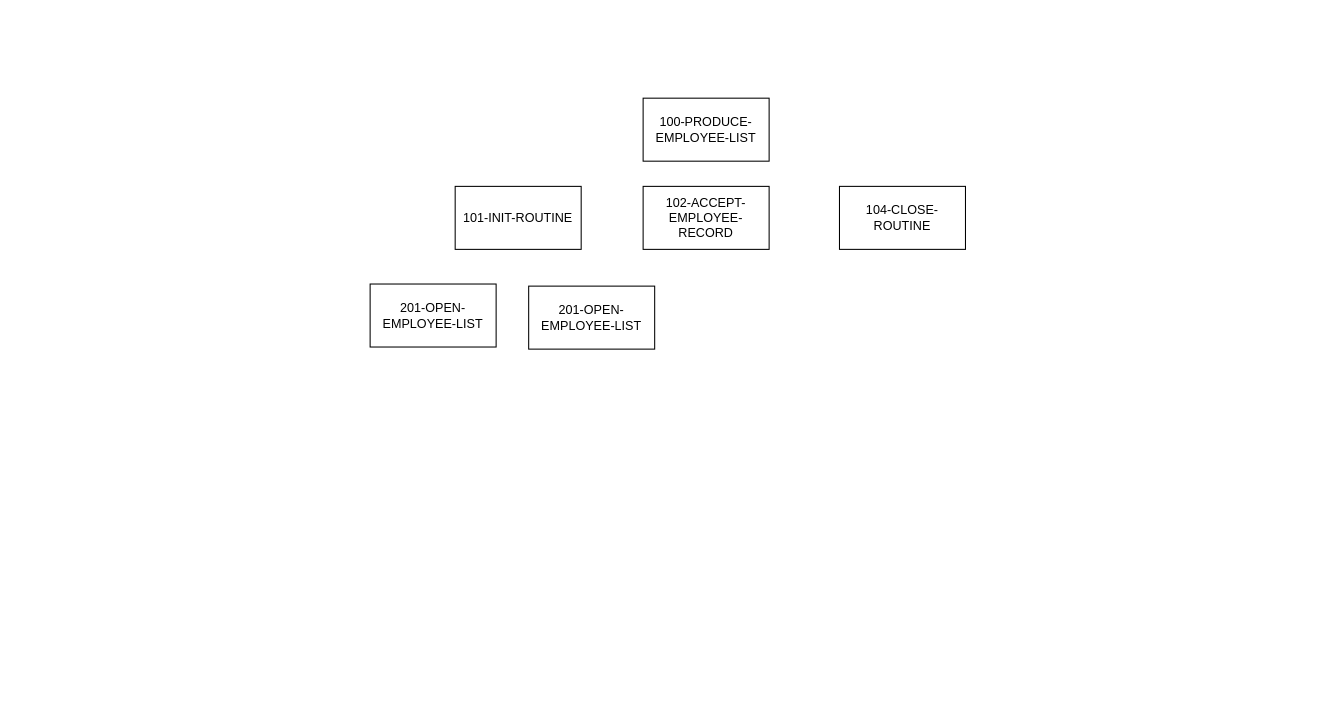
Earlier version of the draw.io diagram Assignment1 - charts.drawio (Wild-Things/Cobol-Flowcharts-a1). Source tidied: cells renumbered, new cells numbered last; positions are measured from the earlier drawing's top-left corner, leaving out a move shared by most shapes. Both pictures are drawn from the tidied source at 105%, with x=0, y=0 at pixel (370, 98).
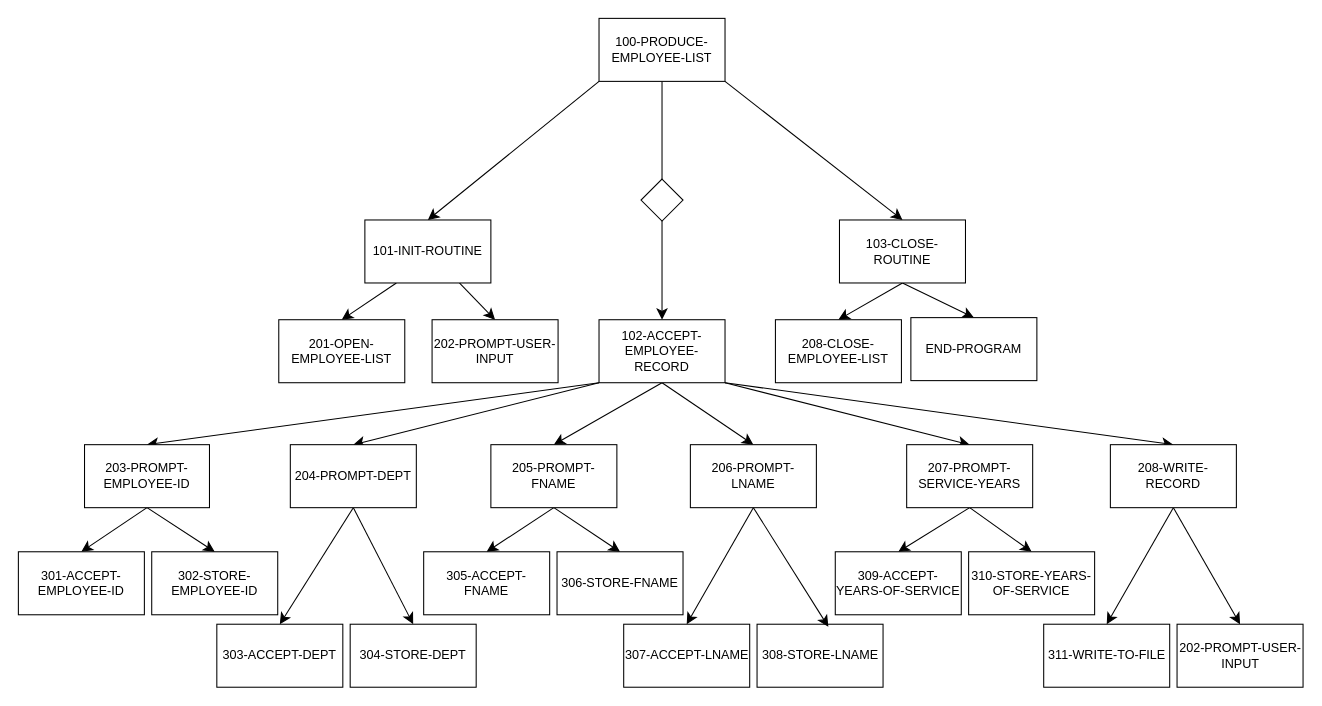
Above is the later version.

What changed in the source:
```diff
@@
+    <mxCell id="8" style="edgeStyle=none;curved=1;rounded=0;jettySize=auto;html=1;exitX=0;exitY=1;exitDx=0;exitDy=0;fontSize=12;startSize=8;endSize=8;entryX=0.5;entryY=0;entryDx=0;entryDy=0;" parent="1" edge="1" source="2" target="3">
+      <mxGeometry relative="1" as="geometry" />
+    </mxCell>
+    <mxCell id="9" style="edgeStyle=none;curved=1;rounded=0;jettySize=auto;html=1;fontSize=12;startSize=8;endSize=8;exitX=0.5;exitY=1;exitDx=0;exitDy=0;entryX=0.5;entryY=0;entryDx=0;entryDy=0;" parent="1" edge="1" source="2" target="4">
+      <mxGeometry relative="1" as="geometry" />
+    </mxCell>
+    <mxCell id="10" style="edgeStyle=none;curved=1;rounded=0;jettySize=auto;html=1;exitX=1;exitY=1;exitDx=0;exitDy=0;entryX=0.5;entryY=0;entryDx=0;entryDy=0;fontSize=12;startSize=8;endSize=8;" parent="1" edge="1" source="2" target="5">
+      <mxGeometry relative="1" as="geometry" />
+    </mxCell>
     <mxCell id="2" value="&lt;div&gt;100-PRODUCE-EMPLOYEE-LIST&lt;/div&gt;" style="rounded=0;whiteSpace=wrap;html=1;" parent="1" vertex="1">
-      <mxGeometry x="260" width="120" height="60" as="geometry" />
+      <mxGeometry x="218" y="-76" width="120" height="60" as="geometry" />
     </mxCell>
+    <mxCell id="11" style="edgeStyle=none;curved=1;rounded=0;jettySize=auto;html=1;exitX=0.25;exitY=1;exitDx=0;exitDy=0;entryX=0.5;entryY=0;entryDx=0;entryDy=0;fontSize=12;startSize=8;endSize=8;" parent="1" edge="1" source="3" target="6">
+      <mxGeometry relative="1" as="geometry" />
+    </mxCell>
+    <mxCell id="12" style="edgeStyle=none;curved=1;rounded=0;jettySize=auto;html=1;exitX=0.75;exitY=1;exitDx=0;exitDy=0;entryX=0.5;entryY=0;entryDx=0;entryDy=0;fontSize=12;startSize=8;endSize=8;" parent="1" edge="1" source="3" target="7">
+      <mxGeometry relative="1" as="geometry" />
+    </mxCell>
     <mxCell id="3" value="&lt;div&gt;101-INIT-ROUTINE&lt;/div&gt;" style="rounded=0;whiteSpace=wrap;html=1;" parent="1" vertex="1">
-      <mxGeometry x="81" y="84" width="120" height="60" as="geometry" />
+      <mxGeometry x="-5" y="116" width="120" height="60" as="geometry" />
     </mxCell>
+    <mxCell id="13" style="edgeStyle=none;curved=1;rounded=0;jettySize=auto;html=1;exitX=0;exitY=1;exitDx=0;exitDy=0;entryX=0.5;entryY=0;entryDx=0;entryDy=0;fontSize=12;startSize=8;endSize=8;" parent="1" edge="1" source="4" target="24">
+      <mxGeometry relative="1" as="geometry" />
+    </mxCell>
+    <mxCell id="14" style="edgeStyle=none;curved=1;rounded=0;jettySize=auto;html=1;exitX=1;exitY=1;exitDx=0;exitDy=0;entryX=0.5;entryY=0;entryDx=0;entryDy=0;fontSize=12;startSize=8;endSize=8;" parent="1" edge="1" source="4" target="37">
+      <mxGeometry relative="1" as="geometry" />
+    </mxCell>
+    <mxCell id="15" style="edgeStyle=none;curved=1;rounded=0;jettySize=auto;html=1;exitX=1;exitY=1;exitDx=0;exitDy=0;entryX=0.5;entryY=0;entryDx=0;entryDy=0;fontSize=12;startSize=8;endSize=8;" parent="1" edge="1" source="4" target="42">
+      <mxGeometry relative="1" as="geometry" />
+    </mxCell>
+    <mxCell id="16" style="edgeStyle=none;curved=1;rounded=0;jettySize=auto;html=1;exitX=0;exitY=1;exitDx=0;exitDy=0;entryX=0.5;entryY=0;entryDx=0;entryDy=0;fontSize=12;startSize=8;endSize=8;" parent="1" edge="1" source="4" target="29">
+      <mxGeometry relative="1" as="geometry" />
+    </mxCell>
+    <mxCell id="17" style="edgeStyle=none;curved=1;rounded=0;jettySize=auto;html=1;exitX=0.5;exitY=1;exitDx=0;exitDy=0;entryX=0.5;entryY=0;entryDx=0;entryDy=0;fontSize=12;startSize=8;endSize=8;" parent="1" edge="1" source="4" target="31">
+      <mxGeometry relative="1" as="geometry" />
+    </mxCell>
+    <mxCell id="18" style="edgeStyle=none;curved=1;rounded=0;jettySize=auto;html=1;exitX=0.5;exitY=1;exitDx=0;exitDy=0;entryX=0.5;entryY=0;entryDx=0;entryDy=0;fontSize=12;startSize=8;endSize=8;" parent="1" edge="1" source="4" target="34">
+      <mxGeometry relative="1" as="geometry" />
+    </mxCell>
     <mxCell id="4" value="&lt;div&gt;102-ACCEPT-EMPLOYEE-RECORD&lt;/div&gt;" style="rounded=0;whiteSpace=wrap;html=1;" parent="1" vertex="1">
-      <mxGeometry x="260" y="84" width="120" height="60" as="geometry" />
+      <mxGeometry x="218" y="211" width="120" height="60" as="geometry" />
     </mxCell>
+    <mxCell id="19" style="edgeStyle=none;curved=1;rounded=0;jettySize=auto;html=1;exitX=0.5;exitY=1;exitDx=0;exitDy=0;entryX=0.5;entryY=0;entryDx=0;entryDy=0;fontSize=12;startSize=8;endSize=8;" parent="1" edge="1" source="5" target="25">
+      <mxGeometry relative="1" as="geometry" />
+    </mxCell>
+    <mxCell id="20" style="edgeStyle=none;curved=1;rounded=0;jettySize=auto;html=1;exitX=0.5;exitY=1;exitDx=0;exitDy=0;entryX=0.5;entryY=0;entryDx=0;entryDy=0;fontSize=12;startSize=8;endSize=8;" parent="1" edge="1" source="5" target="21">
+      <mxGeometry relative="1" as="geometry" />
+    </mxCell>
-    <mxCell id="5" value="&lt;div&gt;104-CLOSE-ROUTINE&lt;/div&gt;" style="rounded=0;whiteSpace=wrap;html=1;" parent="1" vertex="1">
-      <mxGeometry x="447" y="84" width="120" height="60" as="geometry" />
+    <mxCell id="5" value="&lt;div&gt;103-CLOSE-ROUTINE&lt;/div&gt;" style="rounded=0;whiteSpace=wrap;html=1;" parent="1" vertex="1">
+      <mxGeometry x="447" y="116" width="120" height="60" as="geometry" />
     </mxCell>
     <mxCell id="6" value="&lt;div&gt;201-OPEN-EMPLOYEE-LIST&lt;/div&gt;" style="rounded=0;whiteSpace=wrap;html=1;" parent="1" vertex="1">
-      <mxGeometry y="177" width="120" height="60" as="geometry" />
+      <mxGeometry x="-87" y="211" width="120" height="60" as="geometry" />
     </mxCell>
-    <mxCell id="7" value="&lt;div&gt;201-OPEN-EMPLOYEE-LIST&lt;/div&gt;" style="rounded=0;whiteSpace=wrap;html=1;" parent="1" vertex="1">
-      <mxGeometry x="151" y="179" width="120" height="60" as="geometry" />
+    <mxCell id="7" value="&lt;div&gt;202-PROMPT-USER-INPUT&lt;/div&gt;" style="rounded=0;whiteSpace=wrap;html=1;" parent="1" vertex="1">
+      <mxGeometry x="59" y="211" width="120" height="60" as="geometry" />
     </mxCell>
+    <mxCell id="21" value="END-PROGRAM" style="rounded=0;whiteSpace=wrap;html=1;" parent="1" vertex="1">
+      <mxGeometry x="515" y="209" width="120" height="60" as="geometry" />
+    </mxCell>
+    <mxCell id="22" style="edgeStyle=none;curved=1;rounded=0;jettySize=auto;html=1;exitX=0.5;exitY=1;exitDx=0;exitDy=0;entryX=0.5;entryY=0;entryDx=0;entryDy=0;fontSize=12;startSize=8;endSize=8;" parent="1" edge="1" source="24" target="38">
+      <mxGeometry relative="1" as="geometry" />
+    </mxCell>
+    <mxCell id="23" style="edgeStyle=none;curved=1;rounded=0;jettySize=auto;html=1;exitX=0.5;exitY=1;exitDx=0;exitDy=0;entryX=0.5;entryY=0;entryDx=0;entryDy=0;fontSize=12;startSize=8;endSize=8;" parent="1" edge="1" source="24" target="39">
+      <mxGeometry relative="1" as="geometry" />
+    </mxCell>
+    <mxCell id="24" value="&lt;div&gt;203-PROMPT-EMPLOYEE-ID&lt;/div&gt;" style="rounded=0;whiteSpace=wrap;html=1;" parent="1" vertex="1">
+      <mxGeometry x="-272" y="330" width="119" height="60" as="geometry" />
+    </mxCell>
+    <mxCell id="25" value="208-CLOSE-EMPLOYEE-LIST" style="rounded=0;whiteSpace=wrap;html=1;" parent="1" vertex="1">
+      <mxGeometry x="386" y="211" width="120" height="60" as="geometry" />
+    </mxCell>
+    <mxCell id="26" style="rhombus;whiteSpace=wrap;html=1;" parent="1" vertex="1">
+      <mxGeometry x="258" y="77" width="40" height="40" as="geometry" />
+    </mxCell>
+    <mxCell id="27" style="edgeStyle=none;curved=1;rounded=0;jettySize=auto;html=1;exitX=0.5;exitY=1;exitDx=0;exitDy=0;entryX=0.5;entryY=0;entryDx=0;entryDy=0;fontSize=12;startSize=8;endSize=8;" parent="1" edge="1" source="29" target="43">
+      <mxGeometry relative="1" as="geometry" />
+    </mxCell>
+    <mxCell id="28" style="edgeStyle=none;curved=1;rounded=0;jettySize=auto;html=1;exitX=0.5;exitY=1;exitDx=0;exitDy=0;entryX=0.5;entryY=0;entryDx=0;entryDy=0;fontSize=12;startSize=8;endSize=8;" parent="1" edge="1" source="29" target="44">
+      <mxGeometry relative="1" as="geometry" />
+    </mxCell>
+    <mxCell id="29" value="&lt;div&gt;204-PROMPT-DEPT&lt;/div&gt;" style="rounded=0;whiteSpace=wrap;html=1;" parent="1" vertex="1">
+      <mxGeometry x="-76" y="330" width="120" height="60" as="geometry" />
+    </mxCell>
+    <mxCell id="30" style="edgeStyle=none;curved=1;rounded=0;jettySize=auto;html=1;exitX=0.5;exitY=1;exitDx=0;exitDy=0;entryX=0.5;entryY=0;entryDx=0;entryDy=0;fontSize=12;startSize=8;endSize=8;" parent="1" edge="1" source="31" target="47">
+      <mxGeometry relative="1" as="geometry" />
+    </mxCell>
+    <mxCell id="31" value="&lt;div&gt;206-PROMPT-LNAME&lt;/div&gt;" style="rounded=0;whiteSpace=wrap;html=1;" parent="1" vertex="1">
+      <mxGeometry x="305" y="330" width="120" height="60" as="geometry" />
+    </mxCell>
+    <mxCell id="32" style="edgeStyle=none;curved=1;rounded=0;jettySize=auto;html=1;exitX=0.5;exitY=1;exitDx=0;exitDy=0;entryX=0.5;entryY=0;entryDx=0;entryDy=0;fontSize=12;startSize=8;endSize=8;" parent="1" edge="1" source="34" target="45">
+      <mxGeometry relative="1" as="geometry" />
+    </mxCell>
+    <mxCell id="33" style="edgeStyle=none;curved=1;rounded=0;jettySize=auto;html=1;exitX=0.5;exitY=1;exitDx=0;exitDy=0;entryX=0.5;entryY=0;entryDx=0;entryDy=0;fontSize=12;startSize=8;endSize=8;" parent="1" edge="1" source="34" target="46">
+      <mxGeometry relative="1" as="geometry" />
+    </mxCell>
+    <mxCell id="34" value="&lt;div&gt;205-PROMPT-FNAME&lt;/div&gt;" style="rounded=0;whiteSpace=wrap;html=1;" parent="1" vertex="1">
+      <mxGeometry x="115" y="330" width="120" height="60" as="geometry" />
+    </mxCell>
+    <mxCell id="35" style="edgeStyle=none;curved=1;rounded=0;jettySize=auto;html=1;exitX=0.5;exitY=1;exitDx=0;exitDy=0;entryX=0.5;entryY=0;entryDx=0;entryDy=0;fontSize=12;startSize=8;endSize=8;" parent="1" edge="1" source="37" target="49">
+      <mxGeometry relative="1" as="geometry" />
+    </mxCell>
+    <mxCell id="36" style="edgeStyle=none;curved=1;rounded=0;jettySize=auto;html=1;exitX=0.5;exitY=1;exitDx=0;exitDy=0;entryX=0.5;entryY=0;entryDx=0;entryDy=0;fontSize=12;startSize=8;endSize=8;" parent="1" edge="1" source="37" target="50">
+      <mxGeometry relative="1" as="geometry" />
+    </mxCell>
+    <mxCell id="37" value="&lt;div&gt;207-PROMPT-SERVICE-YEARS&lt;/div&gt;" style="rounded=0;whiteSpace=wrap;html=1;" parent="1" vertex="1">
+      <mxGeometry x="511" y="330" width="120" height="60" as="geometry" />
+    </mxCell>
+    <mxCell id="38" value="&lt;div&gt;301-ACCEPT-EMPLOYEE-ID&lt;/div&gt;" style="rounded=0;whiteSpace=wrap;html=1;" parent="1" vertex="1">
+      <mxGeometry x="-335" y="432" width="120" height="60" as="geometry" />
+    </mxCell>
+    <mxCell id="39" value="&lt;div&gt;302-STORE-EMPLOYEE-ID&lt;/div&gt;" style="rounded=0;whiteSpace=wrap;html=1;" parent="1" vertex="1">
+      <mxGeometry x="-208" y="432" width="120" height="60" as="geometry" />
+    </mxCell>
+    <mxCell id="40" style="edgeStyle=none;curved=1;rounded=0;jettySize=auto;html=1;exitX=0.5;exitY=1;exitDx=0;exitDy=0;entryX=0.5;entryY=0;entryDx=0;entryDy=0;fontSize=12;startSize=8;endSize=8;" parent="1" edge="1" source="42" target="51">
+      <mxGeometry relative="1" as="geometry" />
+    </mxCell>
+    <mxCell id="41" style="edgeStyle=none;curved=1;rounded=0;jettySize=auto;html=1;exitX=0.5;exitY=1;exitDx=0;exitDy=0;entryX=0.5;entryY=0;entryDx=0;entryDy=0;fontSize=12;startSize=8;endSize=8;" parent="1" edge="1" source="42" target="52">
+      <mxGeometry relative="1" as="geometry" />
+    </mxCell>
+    <mxCell id="42" value="&lt;div&gt;208-WRITE-RECORD&lt;/div&gt;" style="rounded=0;whiteSpace=wrap;html=1;" parent="1" vertex="1">
+      <mxGeometry x="705" y="330" width="120" height="60" as="geometry" />
+    </mxCell>
+    <mxCell id="43" value="&lt;div&gt;303-ACCEPT-DEPT&lt;/div&gt;" style="rounded=0;whiteSpace=wrap;html=1;" parent="1" vertex="1">
+      <mxGeometry x="-146" y="501" width="120" height="60" as="geometry" />
+    </mxCell>
+    <mxCell id="44" value="304-STORE-DEPT" style="rounded=0;whiteSpace=wrap;html=1;" parent="1" vertex="1">
+      <mxGeometry x="-19" y="501" width="120" height="60" as="geometry" />
+    </mxCell>
+    <mxCell id="45" value="305-ACCEPT-FNAME" style="rounded=0;whiteSpace=wrap;html=1;" parent="1" vertex="1">
+      <mxGeometry x="51" y="432" width="120" height="60" as="geometry" />
+    </mxCell>
+    <mxCell id="46" value="306-STORE-FNAME" style="rounded=0;whiteSpace=wrap;html=1;" parent="1" vertex="1">
+      <mxGeometry x="178" y="432" width="120" height="60" as="geometry" />
+    </mxCell>
+    <mxCell id="47" value="307-ACCEPT-LNAME" style="rounded=0;whiteSpace=wrap;html=1;" parent="1" vertex="1">
+      <mxGeometry x="241.5" y="501" width="120" height="60" as="geometry" />
+    </mxCell>
+    <mxCell id="48" value="308-STORE-LNAME" style="rounded=0;whiteSpace=wrap;html=1;" parent="1" vertex="1">
+      <mxGeometry x="368.5" y="501" width="120" height="60" as="geometry" />
+    </mxCell>
+    <mxCell id="49" value="309-ACCEPT-YEARS-OF-SERVICE" style="rounded=0;whiteSpace=wrap;html=1;" parent="1" vertex="1">
+      <mxGeometry x="443" y="432" width="120" height="60" as="geometry" />
+    </mxCell>
+    <mxCell id="50" value="310-STORE-YEARS-OF-SERVICE" style="rounded=0;whiteSpace=wrap;html=1;" parent="1" vertex="1">
+      <mxGeometry x="570" y="432" width="120" height="60" as="geometry" />
+    </mxCell>
+    <mxCell id="51" value="311-WRITE-TO-FILE" style="rounded=0;whiteSpace=wrap;html=1;" parent="1" vertex="1">
+      <mxGeometry x="641.5" y="501" width="120" height="60" as="geometry" />
+    </mxCell>
+    <mxCell id="52" value="202-PROMPT-USER-INPUT" style="rounded=0;whiteSpace=wrap;html=1;" parent="1" vertex="1">
+      <mxGeometry x="768.5" y="501" width="120" height="60" as="geometry" />
+    </mxCell>
+    <mxCell id="53" style="edgeStyle=none;curved=1;rounded=0;jettySize=auto;html=1;exitX=0.5;exitY=1;exitDx=0;exitDy=0;entryX=0.566;entryY=0.042;entryDx=0;entryDy=0;entryPerimeter=0;fontSize=12;startSize=8;endSize=8;" parent="1" edge="1" source="31" target="48">
+      <mxGeometry relative="1" as="geometry" />
+    </mxCell>
```
